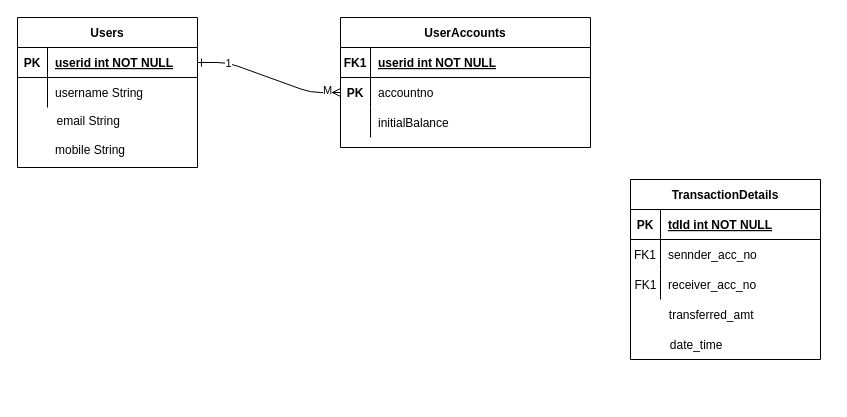
Earlier version of the draw.io diagram Untitled Diagram.drawio (mmsmz/springboot-assessment). Source tidied: cells renumbered, new cells numbered last; positions are measured from the earlier drawing's top-left corner, leaving out a move shared by most shapes. Both pictures are drawn from the tidied source at 100%, with x=0, y=0 at pixel (17, 17).
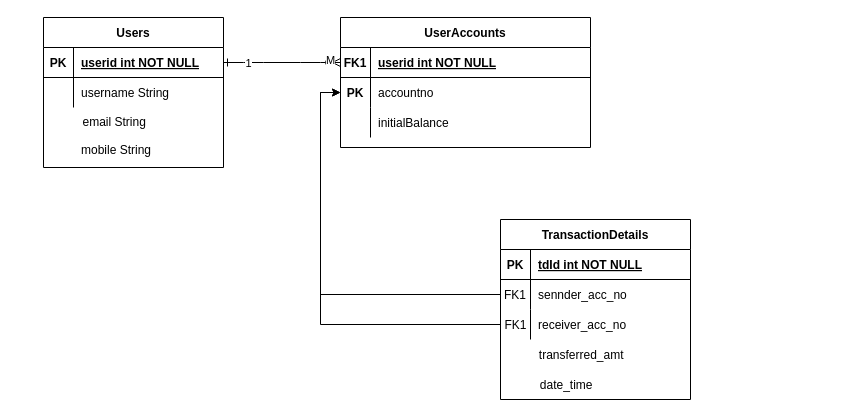
The same diagram, later.

The change refers to these unchanged cells:
```xml
<mxCell id="7" style="shape=partialRectangle;fillColor=none;points=[[0,0.5],[1,0.5]];portConstraint=eastwest;top=0;left=0;right=0;bottom=1;" parent="6" vertex="1">
  <mxGeometry y="30" width="180" height="30" as="geometry" />
</mxCell>
<mxCell id="23" style="shape=partialRectangle;fillColor=none;points=[[0,0.5],[1,0.5]];portConstraint=eastwest;top=0;left=0;right=0;bottom=0;" parent="19" vertex="1">
  <mxGeometry y="60" width="190" height="30" as="geometry" />
</mxCell>
<mxCell id="26" style="shape=partialRectangle;fillColor=none;points=[[0,0.5],[1,0.5]];portConstraint=eastwest;top=0;left=0;right=0;bottom=0;" parent="19" vertex="1">
  <mxGeometry y="90" width="190" height="30" as="geometry" />
</mxCell>
<mxCell id="31" style="shape=partialRectangle;fillColor=none;points=[[0,0.5],[1,0.5]];portConstraint=eastwest;top=0;left=0;right=0;bottom=1;" parent="30" vertex="1">
  <mxGeometry y="30" width="250" height="30" as="geometry" />
</mxCell>
<mxCell id="34" style="shape=partialRectangle;fillColor=none;points=[[0,0.5],[1,0.5]];portConstraint=eastwest;top=0;left=0;right=0;bottom=0;" parent="30" vertex="1">
  <mxGeometry y="60" width="250" height="30" as="geometry" />
</mxCell>
```

The edit, as a diff of the source:
```diff
@@
-    <mxCell id="2" style="edgeStyle=entityRelationEdgeStyle;endArrow=ERzeroToMany;startArrow=ERone;endFill=1;startFill=0;" parent="1" edge="1" source="7" target="34">
+    <mxCell id="2" style="edgeStyle=entityRelationEdgeStyle;endArrow=ERzeroToMany;startArrow=ERone;endFill=1;startFill=0;entryX=0;entryY=0.5;entryDx=0;entryDy=0;" parent="1" edge="1" source="7" target="31">
       <mxGeometry relative="1" as="geometry" />
     </mxCell>
@@
     <mxCell id="5" style="group;" parent="1" vertex="1">
-      <mxGeometry width="180" height="150" as="geometry" />
+      <mxGeometry x="26" width="180" height="150" as="geometry" />
     </mxCell>
@@
     <mxCell id="14" value="email String" style="shape=partialRectangle;overflow=hidden;fillColor=none;top=0;left=0;bottom=0;right=0;align=left;spacingLeft=6;fontStyle=0;" parent="5" vertex="1">
-      <mxGeometry x="31.5" y="88" width="99" height="30" as="geometry" />
+      <mxGeometry x="31.5" y="90" width="108.5" height="28" as="geometry" />
     </mxCell>
     <mxCell id="15" style="group;" parent="1" vertex="1">
-      <mxGeometry x="613" y="162" width="199" height="180" as="geometry" />
+      <mxGeometry x="483" y="202" width="199" height="180" as="geometry" />
     </mxCell>
@@
+    <mxCell id="40" style="edgeStyle=orthogonalEdgeStyle;rounded=0;jettySize=auto;html=1;entryX=0;entryY=0.5;entryDx=0;entryDy=0;exitX=0;exitY=0.5;exitDx=0;exitDy=0;" parent="1" edge="1" source="23" target="34">
+      <mxGeometry relative="1" as="geometry" />
+    </mxCell>
+    <mxCell id="41" style="edgeStyle=orthogonalEdgeStyle;rounded=0;jettySize=auto;html=1;entryX=0;entryY=0.5;entryDx=0;entryDy=0;" parent="1" edge="1" source="26" target="34">
+      <mxGeometry relative="1" as="geometry" />
+    </mxCell>
```
